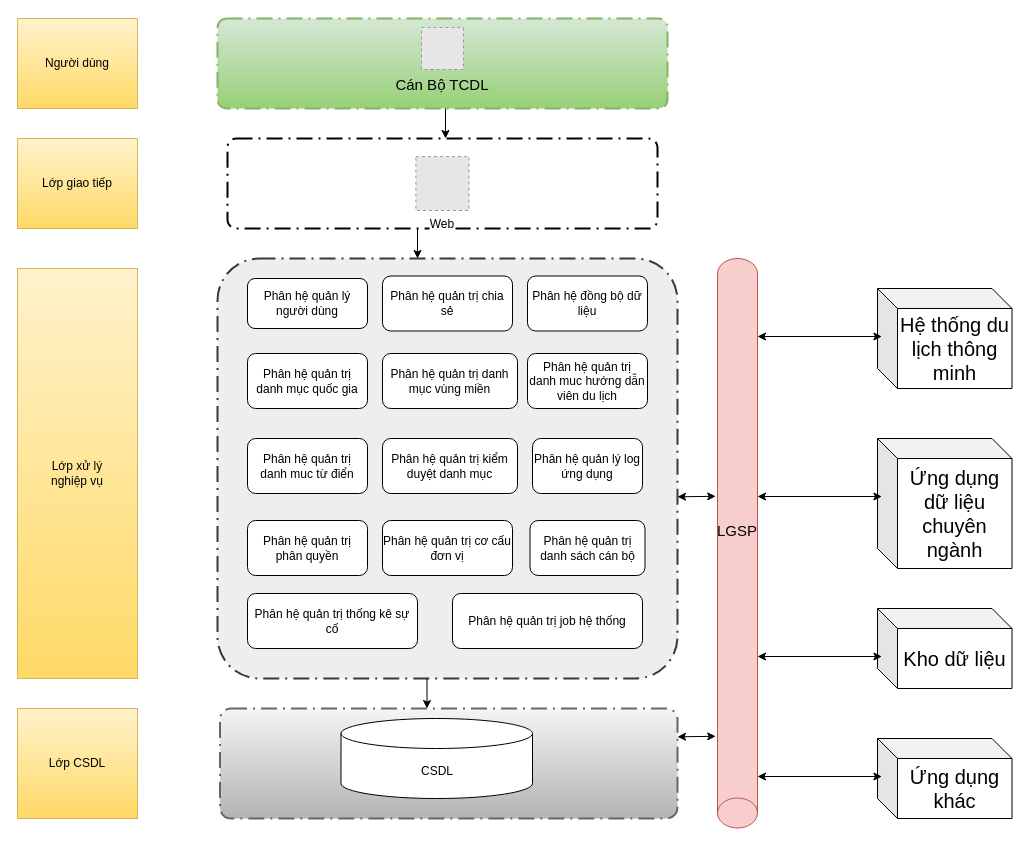
The draw.io diagram page "QUAN_TRI_HE_THONG_DC" (2 of 5) of tcdl.drawio in letheanh12345/Draw-io, before the edit. Source tidied: cells renumbered, new cells numbered last; positions are measured from the earlier drawing's top-left corner, leaving out a move shared by most shapes. Both pictures are drawn from the tidied source at 100%, with x=0, y=0 at pixel (17, 18). Pictures stored in the file or linked from it are replaced by grey dashed boxes.
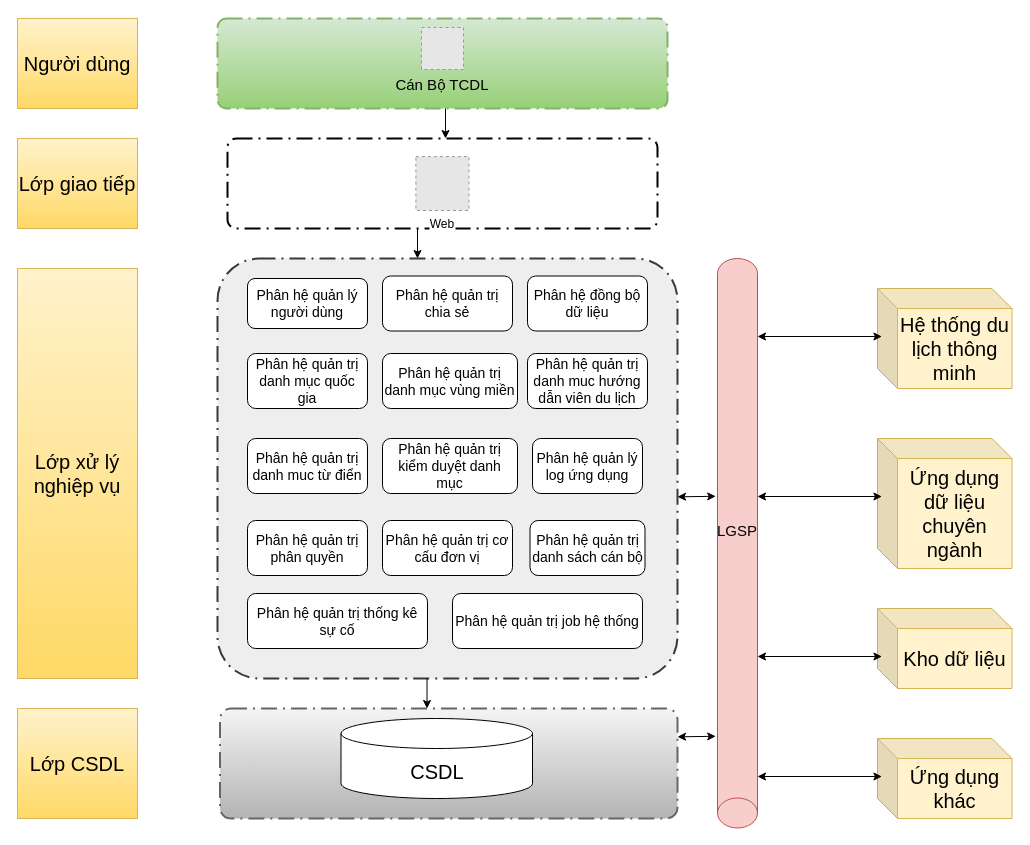
After the change.

Diff of the diagram source:
```diff
@@
-    <mxCell id="7" value="Phân hệ quản lý người dùng" style="rounded=1;whiteSpace=wrap;html=1;" parent="1" vertex="1">
+    <mxCell id="7" value="&lt;font style=&quot;font-size: 14px;&quot;&gt;Phân hệ quản lý người dùng&lt;/font&gt;" style="rounded=1;whiteSpace=wrap;html=1;" parent="1" vertex="1">
       <mxGeometry x="230" y="260" width="120" height="50" as="geometry" />
     </mxCell>
-    <mxCell id="8" value="Phân hệ quản trị chia sẻ" style="rounded=1;whiteSpace=wrap;html=1;" parent="1" vertex="1">
+    <mxCell id="8" value="&lt;font style=&quot;font-size: 14px;&quot;&gt;Phân hệ quản trị chia sẻ&lt;/font&gt;" style="rounded=1;whiteSpace=wrap;html=1;" parent="1" vertex="1">
       <mxGeometry x="365" y="257.5" width="130" height="55" as="geometry" />
     </mxCell>
-    <mxCell id="9" value="Phân hệ đồng bộ dữ liệu" style="rounded=1;whiteSpace=wrap;html=1;" parent="1" vertex="1">
+    <mxCell id="9" value="&lt;font style=&quot;font-size: 14px;&quot;&gt;Phân hệ đồng bộ dữ liệu&lt;/font&gt;" style="rounded=1;whiteSpace=wrap;html=1;" parent="1" vertex="1">
       <mxGeometry x="510" y="257.5" width="120" height="55" as="geometry" />
     </mxCell>
-    <mxCell id="10" value="Phân hệ quản trị danh mục quốc gia" style="rounded=1;whiteSpace=wrap;html=1;" parent="1" vertex="1">
+    <mxCell id="10" value="&lt;font style=&quot;font-size: 14px;&quot;&gt;Phân hệ quản trị danh mục quốc gia&lt;/font&gt;" style="rounded=1;whiteSpace=wrap;html=1;" parent="1" vertex="1">
       <mxGeometry x="230" y="335" width="120" height="55" as="geometry" />
     </mxCell>
-    <mxCell id="11" value="Phân hệ quản trị danh mục vùng miền" style="rounded=1;whiteSpace=wrap;html=1;" parent="1" vertex="1">
+    <mxCell id="11" value="&lt;font style=&quot;font-size: 14px;&quot;&gt;Phân hệ quản trị danh mục vùng miền&lt;/font&gt;" style="rounded=1;whiteSpace=wrap;html=1;" parent="1" vertex="1">
       <mxGeometry x="365" y="335" width="135" height="55" as="geometry" />
     </mxCell>
-    <mxCell id="12" value="Phân hệ quản trị danh muc hướng dẫn viên du lịch" style="rounded=1;whiteSpace=wrap;html=1;" parent="1" vertex="1">
+    <mxCell id="12" value="&lt;font style=&quot;font-size: 14px;&quot;&gt;Phân hệ quản trị danh muc hướng dẫn viên du lịch&lt;/font&gt;" style="rounded=1;whiteSpace=wrap;html=1;" parent="1" vertex="1">
       <mxGeometry x="510" y="335" width="120" height="55" as="geometry" />
     </mxCell>
-    <mxCell id="13" value="Phân hệ quản trị danh muc từ điển" style="rounded=1;whiteSpace=wrap;html=1;" parent="1" vertex="1">
+    <mxCell id="13" value="&lt;font style=&quot;font-size: 14px;&quot;&gt;Phân hệ quản trị danh muc từ điển&lt;/font&gt;" style="rounded=1;whiteSpace=wrap;html=1;" parent="1" vertex="1">
       <mxGeometry x="230" y="420" width="120" height="55" as="geometry" />
     </mxCell>
-    <mxCell id="14" value="Phân hệ quản trị kiểm duyệt danh mục" style="rounded=1;whiteSpace=wrap;html=1;" parent="1" vertex="1">
+    <mxCell id="14" value="&lt;font style=&quot;font-size: 14px;&quot;&gt;Phân hệ quản trị kiểm duyệt danh mục&lt;/font&gt;" style="rounded=1;whiteSpace=wrap;html=1;" parent="1" vertex="1">
       <mxGeometry x="365" y="420" width="135" height="55" as="geometry" />
     </mxCell>
-    <mxCell id="15" value="Phân hệ quản lý log ứng dụng" style="rounded=1;whiteSpace=wrap;html=1;" parent="1" vertex="1">
+    <mxCell id="15" value="&lt;font style=&quot;font-size: 14px;&quot;&gt;Phân hệ quản lý log ứng dụng&lt;/font&gt;" style="rounded=1;whiteSpace=wrap;html=1;" parent="1" vertex="1">
       <mxGeometry x="515" y="420" width="110" height="55" as="geometry" />
     </mxCell>
-    <mxCell id="16" value="Phân hệ quản trị phân quyền" style="rounded=1;whiteSpace=wrap;html=1;" parent="1" vertex="1">
+    <mxCell id="16" value="&lt;font style=&quot;font-size: 14px;&quot;&gt;Phân hệ quản trị phân quyền&lt;/font&gt;" style="rounded=1;whiteSpace=wrap;html=1;" parent="1" vertex="1">
       <mxGeometry x="230" y="502" width="120" height="55" as="geometry" />
     </mxCell>
-    <mxCell id="17" value="Phân hệ quản trị cơ cấu đơn vị" style="rounded=1;whiteSpace=wrap;html=1;" parent="1" vertex="1">
+    <mxCell id="17" value="&lt;font style=&quot;font-size: 14px;&quot;&gt;Phân hệ quản trị cơ cấu đơn vị&lt;/font&gt;" style="rounded=1;whiteSpace=wrap;html=1;" parent="1" vertex="1">
       <mxGeometry x="365" y="502" width="130" height="55" as="geometry" />
     </mxCell>
-    <mxCell id="18" value="Phân hệ quản trị danh sách cán bộ" style="rounded=1;whiteSpace=wrap;html=1;" parent="1" vertex="1">
+    <mxCell id="18" value="&lt;font style=&quot;font-size: 14px;&quot;&gt;Phân hệ quản trị danh sách cán bộ&lt;/font&gt;" style="rounded=1;whiteSpace=wrap;html=1;" parent="1" vertex="1">
       <mxGeometry x="512.5" y="502" width="115" height="55" as="geometry" />
     </mxCell>
-    <mxCell id="19" value="Phân hệ quản trị thống kê sự cố" style="rounded=1;whiteSpace=wrap;html=1;" parent="1" vertex="1">
-      <mxGeometry x="230" y="575" width="170" height="55" as="geometry" />
+    <mxCell id="19" value="&lt;font style=&quot;font-size: 14px;&quot;&gt;Phân hệ quản trị thống kê sự cố&lt;/font&gt;" style="rounded=1;whiteSpace=wrap;html=1;" parent="1" vertex="1">
+      <mxGeometry x="230" y="575" width="180" height="55" as="geometry" />
     </mxCell>
-    <mxCell id="20" value="Phân hệ quản trị job hệ thống" style="rounded=1;whiteSpace=wrap;html=1;" parent="1" vertex="1">
+    <mxCell id="20" value="&lt;font style=&quot;font-size: 14px;&quot;&gt;Phân hệ quản trị job hệ thống&lt;/font&gt;" style="rounded=1;whiteSpace=wrap;html=1;" parent="1" vertex="1">
       <mxGeometry x="435" y="575" width="190" height="55" as="geometry" />
     </mxCell>
@@
-    <mxCell id="22" value="CSDL" style="shape=cylinder3;whiteSpace=wrap;html=1;boundedLbl=1;backgroundOutline=1;size=15;" parent="1" vertex="1">
+    <mxCell id="22" value="&lt;font style=&quot;font-size: 20px;&quot;&gt;CSDL&lt;/font&gt;" style="shape=cylinder3;whiteSpace=wrap;html=1;boundedLbl=1;backgroundOutline=1;size=15;" parent="1" vertex="1">
       <mxGeometry x="323.5" y="700" width="191.5" height="80" as="geometry" />
     </mxCell>
-    <mxCell id="23" value="Người dùng" style="rounded=0;whiteSpace=wrap;html=1;fillColor=#fff2cc;gradientColor=#ffd966;strokeColor=#d6b656;" parent="1" vertex="1">
+    <mxCell id="23" value="&lt;font style=&quot;font-size: 20px;&quot;&gt;Người dùng&lt;/font&gt;" style="rounded=0;whiteSpace=wrap;html=1;fillColor=#fff2cc;gradientColor=#ffd966;strokeColor=#d6b656;" parent="1" vertex="1">
       <mxGeometry width="120" height="90" as="geometry" />
     </mxCell>
-    <mxCell id="24" value="Lớp giao tiếp" style="rounded=0;whiteSpace=wrap;html=1;fillColor=#fff2cc;gradientColor=#ffd966;strokeColor=#d6b656;" parent="1" vertex="1">
+    <mxCell id="24" value="&lt;font style=&quot;font-size: 20px;&quot;&gt;Lớp giao tiếp&lt;/font&gt;" style="rounded=0;whiteSpace=wrap;html=1;fillColor=#fff2cc;gradientColor=#ffd966;strokeColor=#d6b656;" parent="1" vertex="1">
       <mxGeometry y="120" width="120" height="90" as="geometry" />
     </mxCell>
-    <mxCell id="25" value="Lớp xử lý &lt;br&gt;nghiệp vụ" style="rounded=0;whiteSpace=wrap;html=1;fillColor=#fff2cc;gradientColor=#ffd966;strokeColor=#d6b656;" parent="1" vertex="1">
+    <mxCell id="25" value="&lt;font style=&quot;font-size: 20px;&quot;&gt;Lớp xử lý &lt;br&gt;nghiệp vụ&lt;/font&gt;" style="rounded=0;whiteSpace=wrap;html=1;fillColor=#fff2cc;gradientColor=#ffd966;strokeColor=#d6b656;" parent="1" vertex="1">
       <mxGeometry y="250" width="120" height="410" as="geometry" />
     </mxCell>
-    <mxCell id="26" value="Lớp CSDL" style="rounded=0;whiteSpace=wrap;html=1;fillColor=#fff2cc;gradientColor=#ffd966;strokeColor=#d6b656;" parent="1" vertex="1">
+    <mxCell id="26" value="&lt;font style=&quot;font-size: 20px;&quot;&gt;Lớp CSDL&lt;/font&gt;" style="rounded=0;whiteSpace=wrap;html=1;fillColor=#fff2cc;gradientColor=#ffd966;strokeColor=#d6b656;" parent="1" vertex="1">
       <mxGeometry y="690" width="120" height="110" as="geometry" />
     </mxCell>
@@
-    <mxCell id="30" value="Kho dữ liệu" style="shape=cube;whiteSpace=wrap;html=1;boundedLbl=1;backgroundOutline=1;darkOpacity=0.05;darkOpacity2=0.1;fontSize=20;" parent="1" vertex="1">
+    <mxCell id="30" value="Kho dữ liệu" style="shape=cube;whiteSpace=wrap;html=1;boundedLbl=1;backgroundOutline=1;darkOpacity=0.05;darkOpacity2=0.1;fontSize=20;fillColor=#fff2cc;strokeColor=#d6b656;" parent="1" vertex="1">
       <mxGeometry x="860" y="590" width="134.5" height="80" as="geometry" />
     </mxCell>
@@
-    <mxCell id="36" value="Ứng dụng dữ liệu chuyên ngành" style="shape=cube;whiteSpace=wrap;html=1;boundedLbl=1;backgroundOutline=1;darkOpacity=0.05;darkOpacity2=0.1;fontSize=20;" parent="1" vertex="1">
+    <mxCell id="36" value="Ứng dụng dữ liệu chuyên ngành" style="shape=cube;whiteSpace=wrap;html=1;boundedLbl=1;backgroundOutline=1;darkOpacity=0.05;darkOpacity2=0.1;fontSize=20;fillColor=#fff2cc;strokeColor=#d6b656;" parent="1" vertex="1">
       <mxGeometry x="860" y="420" width="134.5" height="130" as="geometry" />
     </mxCell>
-    <mxCell id="37" value="Hệ thống du lịch thông minh" style="shape=cube;whiteSpace=wrap;html=1;boundedLbl=1;backgroundOutline=1;darkOpacity=0.05;darkOpacity2=0.1;fontSize=20;" parent="1" vertex="1">
+    <mxCell id="37" value="Hệ thống du lịch thông minh" style="shape=cube;whiteSpace=wrap;html=1;boundedLbl=1;backgroundOutline=1;darkOpacity=0.05;darkOpacity2=0.1;fontSize=20;fillColor=#fff2cc;strokeColor=#d6b656;" parent="1" vertex="1">
       <mxGeometry x="860" y="270" width="134.5" height="100" as="geometry" />
     </mxCell>
-    <mxCell id="38" value="Ứng dụng khác" style="shape=cube;whiteSpace=wrap;html=1;boundedLbl=1;backgroundOutline=1;darkOpacity=0.05;darkOpacity2=0.1;fontSize=20;" parent="1" vertex="1">
+    <mxCell id="38" value="Ứng dụng khác" style="shape=cube;whiteSpace=wrap;html=1;boundedLbl=1;backgroundOutline=1;darkOpacity=0.05;darkOpacity2=0.1;fontSize=20;fillColor=#fff2cc;strokeColor=#d6b656;" parent="1" vertex="1">
       <mxGeometry x="860" y="720" width="134.5" height="80" as="geometry" />
     </mxCell>
```
